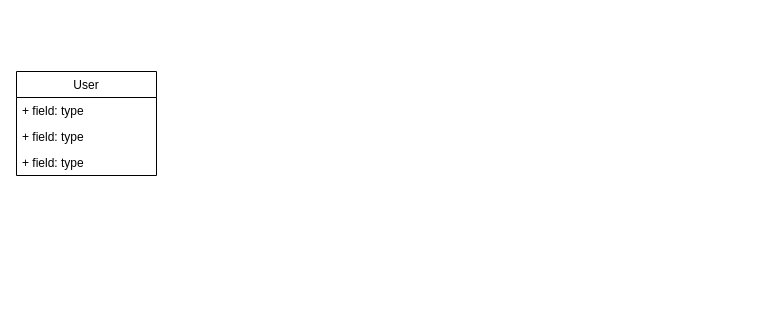
This is DiagramaClasses/Diagrama Classes.drawio.xml from mirahy/diagrama-adbfinanca, a draw.io file, before an edit. Source tidied: cells renumbered, new cells numbered last; positions are measured from the earlier drawing's top-left corner, leaving out a move shared by most shapes. Both pictures are drawn from the tidied source at 100%, with x=0, y=0 at pixel (16, 71).
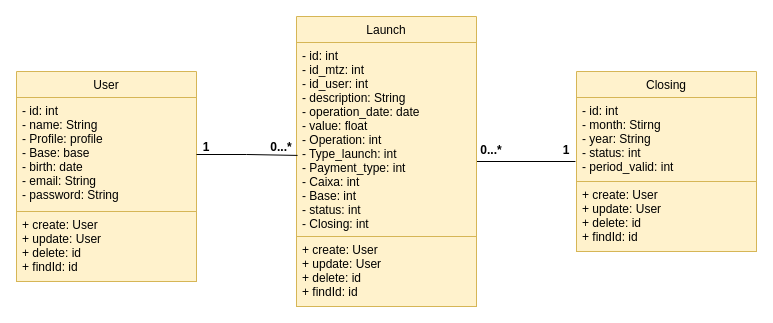
Above is the later version.

Change to the diagram source:
```diff
@@
 <mxGraphModel>
   <root>
     <mxCell id="0" />
     <mxCell id="1" parent="0" />
-    <mxCell id="2" value="User" style="swimlane;fontStyle=0;horizontal=1;startSize=26;fillColor=none;" parent="1" vertex="1">
-      <mxGeometry width="140" height="104" as="geometry" />
+    <mxCell id="2" value="User" style="swimlane;fontStyle=0;horizontal=1;startSize=26;fillColor=#fff2cc;strokeColor=#d6b656;" parent="1" vertex="1">
+      <mxGeometry width="180" height="210" as="geometry" />
     </mxCell>
-    <mxCell id="3" value="+ field: type" style="text;strokeColor=none;fillColor=none;align=left;verticalAlign=top;spacingLeft=4;spacingRight=4;overflow=hidden;points=[[0,0.5],[1,0.5]];portConstraint=eastwest;" parent="2" vertex="1">
-      <mxGeometry y="26" width="140" height="26" as="geometry" />
+    <mxCell id="3" value="- id: int&#10;- name: String&#10;- Profile: profile&#10;- Base: base&#10;- birth: date&#10;- email: String&#10;- password: String" style="text;strokeColor=#d6b656;fillColor=#fff2cc;align=left;verticalAlign=top;spacingLeft=4;spacingRight=4;overflow=hidden;points=[[0,0.5],[1,0.5]];portConstraint=eastwest;" parent="2" vertex="1">
+      <mxGeometry y="26" width="180" height="114" as="geometry" />
     </mxCell>
-    <mxCell id="4" value="+ field: type" style="text;strokeColor=none;fillColor=none;align=left;verticalAlign=top;spacingLeft=4;spacingRight=4;overflow=hidden;" parent="2" vertex="1">
-      <mxGeometry y="52" width="140" height="26" as="geometry" />
+    <mxCell id="4" value="+ create: User&#10;+ update: User&#10;+ delete: id&#10;+ findId: id" style="text;strokeColor=#d6b656;fillColor=#fff2cc;align=left;verticalAlign=top;spacingLeft=4;spacingRight=4;overflow=hidden;" parent="2" vertex="1">
+      <mxGeometry y="140" width="180" height="70" as="geometry" />
     </mxCell>
-    <mxCell id="5" value="+ field: type" style="text;strokeColor=none;fillColor=none;align=left;verticalAlign=top;spacingLeft=4;spacingRight=4;overflow=hidden;" parent="2" vertex="1">
-      <mxGeometry y="78" width="140" height="26" as="geometry" />
-    </mxCell>
+    <mxCell id="6" style="edgeStyle=orthogonalEdgeStyle;rounded=0;jettySize=auto;html=1;exitX=1;exitY=0.5;exitDx=0;exitDy=0;entryX=-0.006;entryY=0.762;entryDx=0;entryDy=0;entryPerimeter=0;startArrow=none;startFill=0;endArrow=none;endFill=0;" parent="1" edge="1" source="7" target="11">
+      <mxGeometry relative="1" as="geometry" />
+    </mxCell>
+    <mxCell id="7" value="Launch" style="swimlane;fontStyle=0;horizontal=1;startSize=26;fillColor=#fff2cc;strokeColor=#d6b656;" parent="1" vertex="1">
+      <mxGeometry x="280" y="-55" width="180" height="290" as="geometry" />
+    </mxCell>
+    <mxCell id="8" value="- id: int&#10;- id_mtz: int&#10;- id_user: int&#10;- description: String&#10;- operation_date: date&#10;- value: float&#10;- Operation: int&#10;- Type_launch: int&#10;- Payment_type: int&#10;- Caixa: int&#10;- Base: int&#10;- status: int&#10;- Closing: int&#10;" style="text;strokeColor=#d6b656;fillColor=#fff2cc;align=left;verticalAlign=top;spacingLeft=4;spacingRight=4;overflow=hidden;points=[[0,0.5],[1,0.5]];portConstraint=eastwest;" parent="7" vertex="1">
+      <mxGeometry y="26" width="180" height="194" as="geometry" />
+    </mxCell>
+    <mxCell id="9" value="+ create: User&#10;+ update: User&#10;+ delete: id&#10;+ findId: id" style="text;strokeColor=#d6b656;fillColor=#fff2cc;align=left;verticalAlign=top;spacingLeft=4;spacingRight=4;overflow=hidden;" parent="7" vertex="1">
+      <mxGeometry y="220" width="180" height="70" as="geometry" />
+    </mxCell>
+    <mxCell id="10" value="Closing" style="swimlane;fontStyle=0;horizontal=1;startSize=26;fillColor=#fff2cc;strokeColor=#d6b656;" parent="1" vertex="1">
+      <mxGeometry x="560" width="180" height="180" as="geometry" />
+    </mxCell>
+    <mxCell id="11" value="- id: int&#10;- month: Stirng&#10;- year: String&#10;- status: int&#10;- period_valid: int" style="text;strokeColor=#d6b656;fillColor=#fff2cc;align=left;verticalAlign=top;spacingLeft=4;spacingRight=4;overflow=hidden;points=[[0,0.5],[1,0.5]];portConstraint=eastwest;" parent="10" vertex="1">
+      <mxGeometry y="26" width="180" height="84" as="geometry" />
+    </mxCell>
+    <mxCell id="12" value="+ create: User&#10;+ update: User&#10;+ delete: id&#10;+ findId: id" style="text;strokeColor=#d6b656;fillColor=#fff2cc;align=left;verticalAlign=top;spacingLeft=4;spacingRight=4;overflow=hidden;" parent="10" vertex="1">
+      <mxGeometry y="110" width="180" height="70" as="geometry" />
+    </mxCell>
+    <mxCell id="13" style="edgeStyle=orthogonalEdgeStyle;rounded=0;jettySize=auto;html=1;entryX=0.006;entryY=0.582;entryDx=0;entryDy=0;entryPerimeter=0;startArrow=none;startFill=0;endArrow=none;endFill=0;" parent="1" edge="1" source="3" target="8">
+      <mxGeometry relative="1" as="geometry" />
+    </mxCell>
+    <mxCell id="14" value="1" style="text;align=center;fontStyle=1;verticalAlign=middle;spacingLeft=3;spacingRight=3;strokeColor=none;fillColor=none;" parent="1" vertex="1">
+      <mxGeometry x="180" y="65" width="20" height="20" as="geometry" />
+    </mxCell>
+    <mxCell id="15" value="0...*" style="text;align=center;fontStyle=1;verticalAlign=middle;spacingLeft=3;spacingRight=3;strokeColor=none;fillColor=none;" parent="1" vertex="1">
+      <mxGeometry x="250" y="62" width="30" height="26" as="geometry" />
+    </mxCell>
+    <mxCell id="16" value="1" style="text;align=center;fontStyle=1;verticalAlign=middle;spacingLeft=3;spacingRight=3;strokeColor=none;fillColor=none;" parent="1" vertex="1">
+      <mxGeometry x="540" y="68" width="20" height="20" as="geometry" />
+    </mxCell>
+    <mxCell id="17" value="0...*" style="text;align=center;fontStyle=1;verticalAlign=middle;spacingLeft=3;spacingRight=3;strokeColor=none;fillColor=none;" parent="1" vertex="1">
+      <mxGeometry x="460" y="65" width="30" height="26" as="geometry" />
+    </mxCell>
   </root>
 </mxGraphModel>
```
